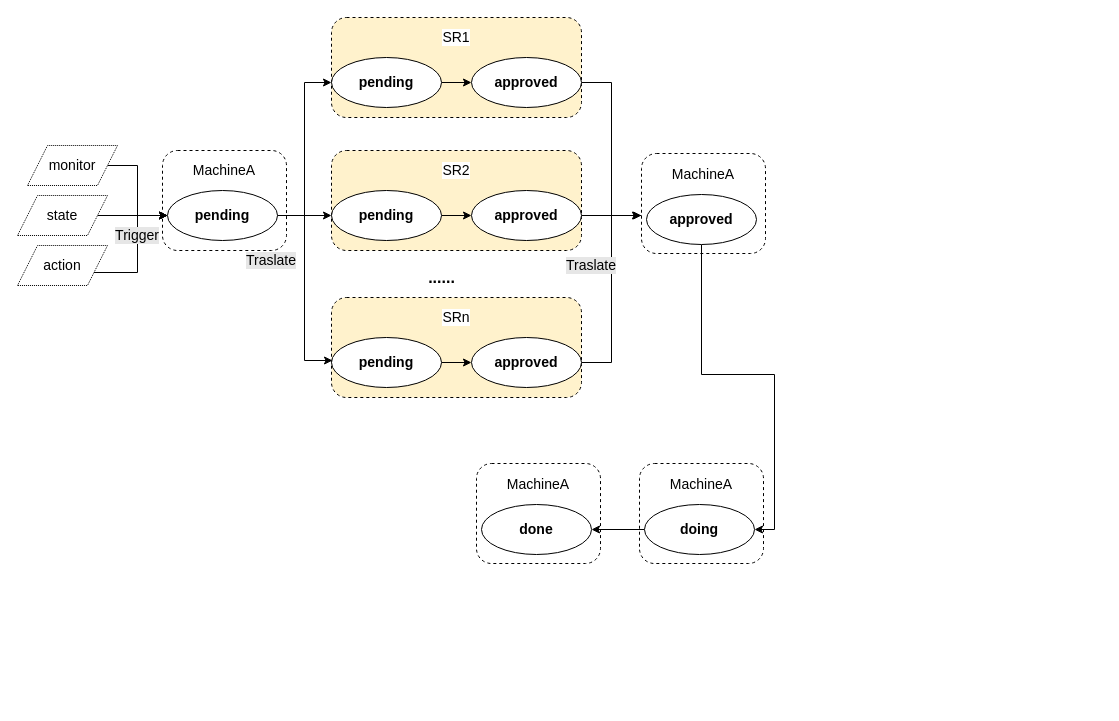
Earlier version of the draw.io diagram data_link.drawio (HellenWang/12). Source tidied: cells renumbered, new cells numbered last; positions are measured from the earlier drawing's top-left corner, leaving out a move shared by most shapes. Both pictures are drawn from the tidied source at 100%, with x=0, y=0 at pixel (17, 17).
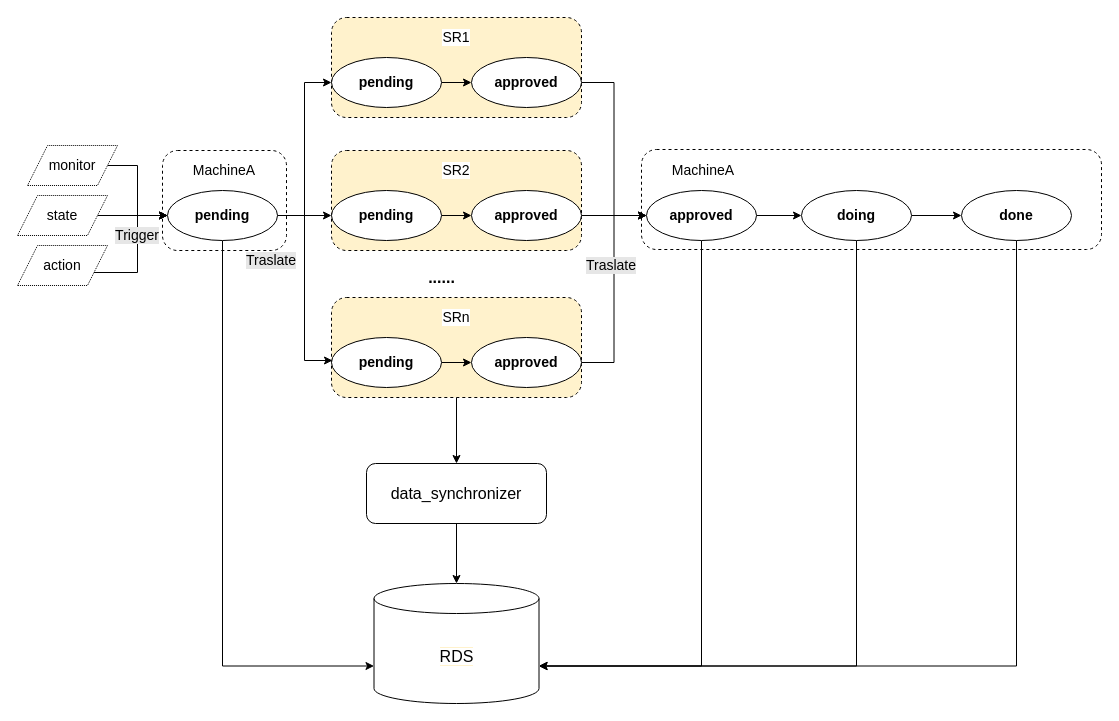
After the change.

Unchanged cells that the change refers to:
```xml
<mxCell id="15" value="pending" style="ellipse;whiteSpace=wrap;html=1;labelBackgroundColor=#ffffff;fontSize=14;fontStyle=1;" parent="1" vertex="1">
  <mxGeometry x="150" y="173" width="110" height="50" as="geometry" />
</mxCell>
<mxCell id="21" value="approved" style="ellipse;whiteSpace=wrap;html=1;labelBackgroundColor=#ffffff;fontSize=14;fontStyle=1;" parent="1" vertex="1">
  <mxGeometry x="454" y="40" width="110" height="50" as="geometry" />
</mxCell>
<mxCell id="27" value="approved" style="ellipse;whiteSpace=wrap;html=1;labelBackgroundColor=#ffffff;fontSize=14;fontStyle=1;" parent="1" vertex="1">
  <mxGeometry x="454" y="173" width="110" height="50" as="geometry" />
</mxCell>
<mxCell id="29" style="rounded=1;whiteSpace=wrap;html=1;dashed=1;labelBackgroundColor=#FFF2CC;fontSize=14;fillColor=#FFF2CC;" parent="1" vertex="1">
  <mxGeometry x="314" y="280" width="250" height="100" as="geometry" />
</mxCell>
<mxCell id="33" value="approved" style="ellipse;whiteSpace=wrap;html=1;labelBackgroundColor=#ffffff;fontSize=14;fontStyle=1;" parent="1" vertex="1">
  <mxGeometry x="454" y="320" width="110" height="50" as="geometry" />
</mxCell>
```

Diff of the diagram source:
```diff
@@
-    <mxCell id="2" style="rounded=1;whiteSpace=wrap;html=1;dashed=1;labelBackgroundColor=#ffffff;fontSize=14;" parent="1" vertex="1">
-      <mxGeometry x="622" y="446" width="124" height="100" as="geometry" />
-    </mxCell>
-    <mxCell id="3" style="rounded=1;whiteSpace=wrap;html=1;dashed=1;labelBackgroundColor=#ffffff;fontSize=14;" parent="1" vertex="1">
-      <mxGeometry x="459" y="446" width="124" height="100" as="geometry" />
-    </mxCell>
@@
+    <mxCell id="38" style="rounded=1;whiteSpace=wrap;html=1;dashed=1;labelBackgroundColor=#ffffff;fontSize=14;" parent="1" vertex="1">
+      <mxGeometry x="624" y="132" width="460" height="100" as="geometry" />
+    </mxCell>
+    <mxCell id="48" style="edgeStyle=orthogonalEdgeStyle;rounded=0;jettySize=auto;html=1;entryX=0;entryY=0;entryDx=0;entryDy=82.5;entryPerimeter=0;fontSize=16;exitX=0.5;exitY=1;exitDx=0;exitDy=0;" parent="1" edge="1" source="15" target="56">
+      <mxGeometry relative="1" as="geometry" />
+    </mxCell>
@@
-    <mxCell id="20" style="edgeStyle=orthogonalEdgeStyle;rounded=0;jettySize=auto;html=1;entryX=0;entryY=0.62;entryDx=0;entryDy=0;entryPerimeter=0;fontSize=16;" parent="1" edge="1" source="21" target="38">
-      <mxGeometry relative="1" as="geometry" />
-    </mxCell>
+    <mxCell id="49" style="edgeStyle=orthogonalEdgeStyle;rounded=0;jettySize=auto;html=1;exitX=1;exitY=0.5;exitDx=0;exitDy=0;entryX=0;entryY=0.5;entryDx=0;entryDy=0;fontSize=16;" parent="1" edge="1" source="21" target="40">
+      <mxGeometry relative="1" as="geometry" />
+    </mxCell>
@@
-    <mxCell id="26" style="edgeStyle=orthogonalEdgeStyle;rounded=0;jettySize=auto;html=1;fontSize=16;" parent="1" edge="1" source="27" target="41">
-      <mxGeometry relative="1" as="geometry" />
-    </mxCell>
+    <mxCell id="50" style="edgeStyle=orthogonalEdgeStyle;rounded=0;jettySize=auto;html=1;exitX=1;exitY=0.5;exitDx=0;exitDy=0;fontSize=16;" parent="1" edge="1" source="27" target="40">
+      <mxGeometry relative="1" as="geometry" />
+    </mxCell>
@@
+    <mxCell id="51" style="edgeStyle=orthogonalEdgeStyle;rounded=0;jettySize=auto;html=1;fontSize=16;" parent="1" edge="1" source="29" target="58">
+      <mxGeometry relative="1" as="geometry" />
+    </mxCell>
@@
-    <mxCell id="32" style="edgeStyle=orthogonalEdgeStyle;rounded=0;jettySize=auto;html=1;entryX=-0.008;entryY=0.62;entryDx=0;entryDy=0;entryPerimeter=0;fontSize=16;" parent="1" edge="1" source="33" target="38">
-      <mxGeometry relative="1" as="geometry" />
-    </mxCell>
+    <mxCell id="52" style="edgeStyle=orthogonalEdgeStyle;rounded=0;jettySize=auto;html=1;exitX=1;exitY=0.5;exitDx=0;exitDy=0;entryX=0;entryY=0.5;entryDx=0;entryDy=0;fontSize=16;" parent="1" edge="1" source="33" target="40">
+      <mxGeometry relative="1" as="geometry" />
+    </mxCell>
@@
-    <mxCell id="38" style="rounded=1;whiteSpace=wrap;html=1;dashed=1;labelBackgroundColor=#ffffff;fontSize=14;" parent="1" vertex="1">
-      <mxGeometry x="624" y="136" width="124" height="100" as="geometry" />
-    </mxCell>
-    <mxCell id="39" style="edgeStyle=orthogonalEdgeStyle;rounded=0;jettySize=auto;html=1;fontSize=16;entryX=1;entryY=0.5;entryDx=0;entryDy=0;" parent="1" edge="1" source="40" target="44">
+    <mxCell id="39" style="edgeStyle=orthogonalEdgeStyle;rounded=0;jettySize=auto;html=1;fontSize=16;" parent="1" edge="1" source="40" target="44">
       <mxGeometry relative="1" as="geometry" />
     </mxCell>
+    <mxCell id="53" style="edgeStyle=orthogonalEdgeStyle;rounded=0;jettySize=auto;html=1;entryX=1;entryY=0;entryDx=0;entryDy=82.5;entryPerimeter=0;fontSize=16;exitX=0.5;exitY=1;exitDx=0;exitDy=0;" parent="1" edge="1" source="40" target="56">
+      <mxGeometry relative="1" as="geometry" />
+    </mxCell>
     <mxCell id="40" value="approved" style="ellipse;whiteSpace=wrap;html=1;labelBackgroundColor=#ffffff;fontSize=14;fontStyle=1;" parent="1" vertex="1">
-      <mxGeometry x="629" y="177" width="110" height="50" as="geometry" />
+      <mxGeometry x="629" y="173" width="110" height="50" as="geometry" />
     </mxCell>
     <mxCell id="41" value="MachineA" style="text;html=1;strokeColor=none;fillColor=none;align=center;verticalAlign=middle;whiteSpace=wrap;rounded=0;labelBackgroundColor=#ffffff;fontSize=14;" parent="1" vertex="1">
-      <mxGeometry x="651" y="147" width="70" height="20" as="geometry" />
+      <mxGeometry x="651" y="143" width="70" height="20" as="geometry" />
     </mxCell>
     <mxCell id="42" value="Traslate" style="text;html=1;strokeColor=none;fillColor=none;align=center;verticalAlign=middle;whiteSpace=wrap;rounded=0;dashed=1;labelBackgroundColor=#E6E6E6;fontSize=14;" parent="1" vertex="1">
-      <mxGeometry x="554" y="238" width="40" height="20" as="geometry" />
+      <mxGeometry x="574" y="238" width="40" height="20" as="geometry" />
     </mxCell>
-    <mxCell id="43" style="edgeStyle=orthogonalEdgeStyle;rounded=0;jettySize=auto;html=1;exitX=0;exitY=0.5;exitDx=0;exitDy=0;entryX=1;entryY=0.5;entryDx=0;entryDy=0;fontSize=16;" parent="1" edge="1" source="44" target="46">
+    <mxCell id="43" style="edgeStyle=orthogonalEdgeStyle;rounded=0;jettySize=auto;html=1;fontSize=16;" parent="1" edge="1" source="44" target="46">
       <mxGeometry relative="1" as="geometry" />
     </mxCell>
+    <mxCell id="54" style="edgeStyle=orthogonalEdgeStyle;rounded=0;jettySize=auto;html=1;entryX=1;entryY=0;entryDx=0;entryDy=82.5;entryPerimeter=0;fontSize=16;exitX=0.5;exitY=1;exitDx=0;exitDy=0;" parent="1" edge="1" source="44" target="56">
+      <mxGeometry relative="1" as="geometry" />
+    </mxCell>
     <mxCell id="44" value="doing" style="ellipse;whiteSpace=wrap;html=1;labelBackgroundColor=#ffffff;fontSize=14;fontStyle=1;" parent="1" vertex="1">
-      <mxGeometry x="627" y="487" width="110" height="50" as="geometry" />
+      <mxGeometry x="784" y="173" width="110" height="50" as="geometry" />
     </mxCell>
-    <mxCell id="45" value="MachineA" style="text;html=1;strokeColor=none;fillColor=none;align=center;verticalAlign=middle;whiteSpace=wrap;rounded=0;labelBackgroundColor=#ffffff;fontSize=14;" parent="1" vertex="1">
-      <mxGeometry x="649" y="457" width="70" height="20" as="geometry" />
-    </mxCell>
+    <mxCell id="55" style="edgeStyle=orthogonalEdgeStyle;rounded=0;jettySize=auto;html=1;entryX=1;entryY=0;entryDx=0;entryDy=82.5;entryPerimeter=0;fontSize=16;exitX=0.5;exitY=1;exitDx=0;exitDy=0;" parent="1" edge="1" source="46" target="56">
+      <mxGeometry relative="1" as="geometry" />
+    </mxCell>
     <mxCell id="46" value="done" style="ellipse;whiteSpace=wrap;html=1;labelBackgroundColor=#ffffff;fontSize=14;fontStyle=1;" parent="1" vertex="1">
-      <mxGeometry x="464" y="487" width="110" height="50" as="geometry" />
+      <mxGeometry x="944" y="173" width="110" height="50" as="geometry" />
     </mxCell>
-    <mxCell id="47" value="MachineA" style="text;html=1;strokeColor=none;fillColor=none;align=center;verticalAlign=middle;whiteSpace=wrap;rounded=0;labelBackgroundColor=#ffffff;fontSize=14;" parent="1" vertex="1">
-      <mxGeometry x="486" y="457" width="70" height="20" as="geometry" />
-    </mxCell>
+    <mxCell id="56" value="&lt;span style=&quot;background-color: rgb(255 , 255 , 255)&quot;&gt;RDS&lt;/span&gt;" style="shape=cylinder3;whiteSpace=wrap;html=1;boundedLbl=1;backgroundOutline=1;size=15;labelBackgroundColor=#FFF2CC;fontSize=16;" parent="1" vertex="1">
+      <mxGeometry x="356.5" y="566" width="165" height="120" as="geometry" />
+    </mxCell>
+    <mxCell id="57" style="edgeStyle=orthogonalEdgeStyle;rounded=0;jettySize=auto;html=1;fontSize=16;" parent="1" edge="1" source="58" target="56">
+      <mxGeometry relative="1" as="geometry" />
+    </mxCell>
+    <mxCell id="58" value="data_synchronizer" style="rounded=1;whiteSpace=wrap;html=1;labelBackgroundColor=none;fillColor=#ffffff;fontSize=16;" parent="1" vertex="1">
+      <mxGeometry x="349" y="446" width="180" height="60" as="geometry" />
+    </mxCell>
```
